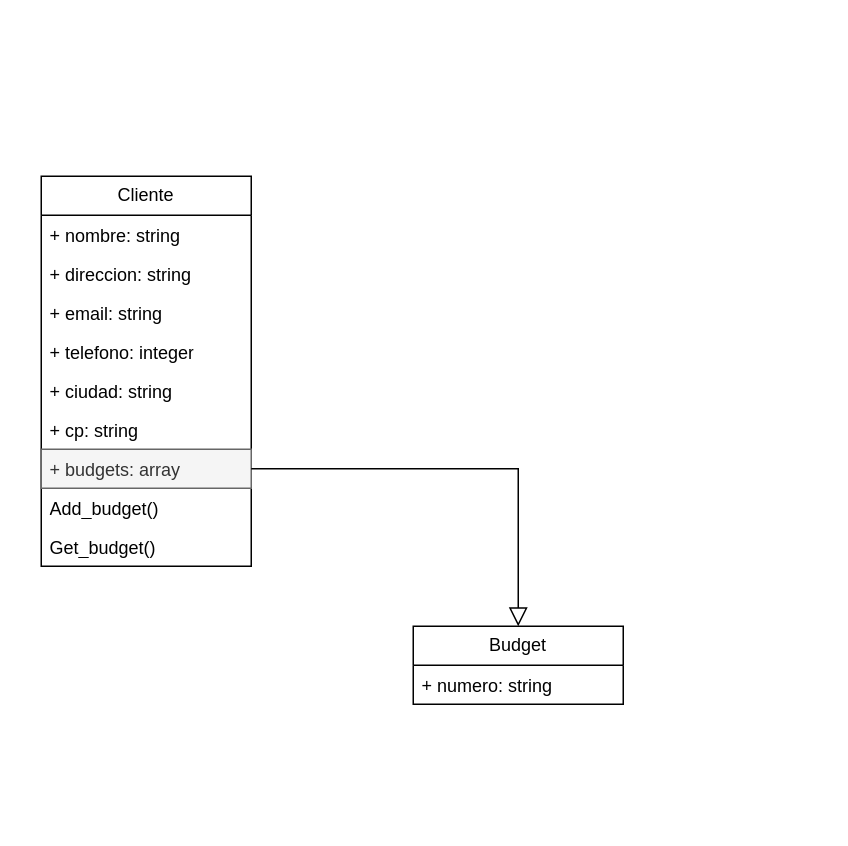
Before: diagrams/Class_diagram.drawio in davidcastagnetoa/ReformBudget, a draw.io diagram. Source tidied: cells renumbered, new cells numbered last; positions are measured from the earlier drawing's top-left corner, leaving out a move shared by most shapes. Both pictures are drawn from the tidied source at 150%, with x=0, y=0 at pixel (40, 176).
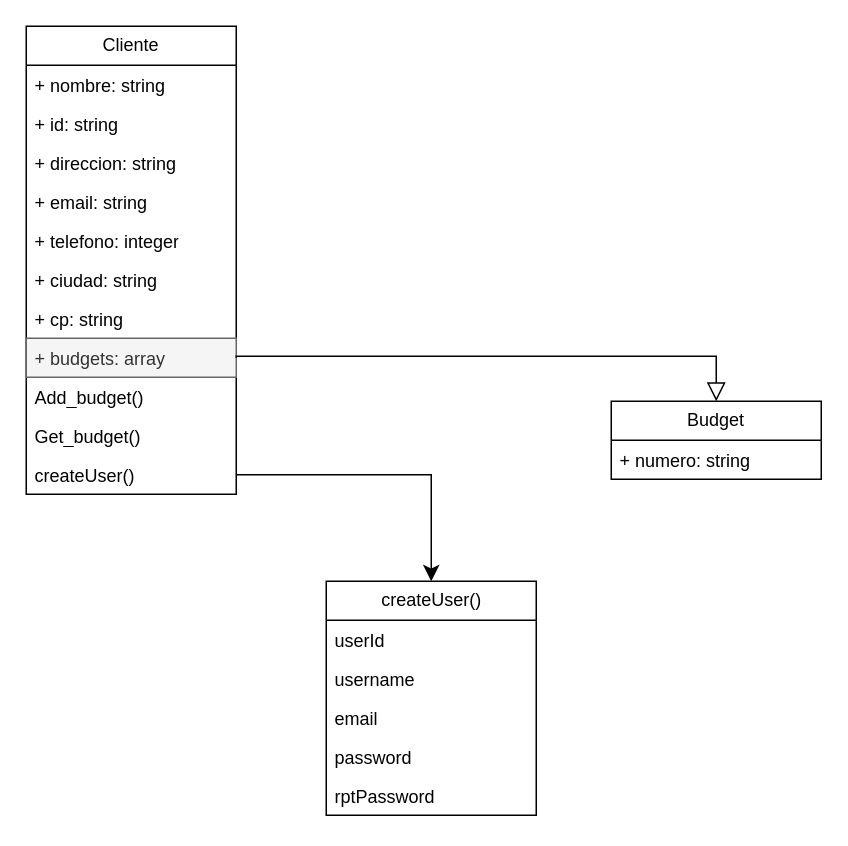
Above is the later version.

Diff of the diagram source:
```diff
@@
     <mxCell id="2" value="Cliente" style="swimlane;fontStyle=0;horizontal=1;startSize=26;fillColor=none;whiteSpace=wrap;html=1;" parent="1" vertex="1">
-      <mxGeometry width="140" height="260" as="geometry" />
+      <mxGeometry x="-10" y="-100" width="140" height="312" as="geometry" />
     </mxCell>
@@
+    <mxCell id="15" value="+ id: string" style="text;strokeColor=none;fillColor=none;align=left;verticalAlign=top;spacingLeft=4;spacingRight=4;overflow=hidden;whiteSpace=wrap;html=1;" parent="2" vertex="1">
+      <mxGeometry y="52" width="140" height="26" as="geometry" />
+    </mxCell>
     <mxCell id="4" value="+ direccion: string" style="text;strokeColor=none;fillColor=none;align=left;verticalAlign=top;spacingLeft=4;spacingRight=4;overflow=hidden;whiteSpace=wrap;html=1;" parent="2" vertex="1">
-      <mxGeometry y="52" width="140" height="26" as="geometry" />
+      <mxGeometry y="78" width="140" height="26" as="geometry" />
     </mxCell>
     <mxCell id="5" value="+ email: string" style="text;strokeColor=none;fillColor=none;align=left;verticalAlign=top;spacingLeft=4;spacingRight=4;overflow=hidden;whiteSpace=wrap;html=1;" parent="2" vertex="1">
-      <mxGeometry y="78" width="140" height="26" as="geometry" />
+      <mxGeometry y="104" width="140" height="26" as="geometry" />
     </mxCell>
     <mxCell id="6" value="+ telefono: integer" style="text;strokeColor=none;fillColor=none;align=left;verticalAlign=top;spacingLeft=4;spacingRight=4;overflow=hidden;whiteSpace=wrap;html=1;" parent="2" vertex="1">
-      <mxGeometry y="104" width="140" height="26" as="geometry" />
+      <mxGeometry y="130" width="140" height="26" as="geometry" />
     </mxCell>
     <mxCell id="7" value="+ ciudad: string" style="text;strokeColor=none;fillColor=none;align=left;verticalAlign=top;spacingLeft=4;spacingRight=4;overflow=hidden;whiteSpace=wrap;html=1;" parent="2" vertex="1">
-      <mxGeometry y="130" width="140" height="26" as="geometry" />
+      <mxGeometry y="156" width="140" height="26" as="geometry" />
     </mxCell>
     <mxCell id="8" value="+ cp: string" style="text;strokeColor=none;fillColor=none;align=left;verticalAlign=top;spacingLeft=4;spacingRight=4;overflow=hidden;whiteSpace=wrap;html=1;" parent="2" vertex="1">
-      <mxGeometry y="156" width="140" height="26" as="geometry" />
+      <mxGeometry y="182" width="140" height="26" as="geometry" />
     </mxCell>
     <mxCell id="9" value="+ budgets: array" style="text;align=left;verticalAlign=top;spacingLeft=4;spacingRight=4;overflow=hidden;points=[[0,0.5],[1,0.5]];portConstraint=eastwest;whiteSpace=wrap;html=1;fillColor=#f5f5f5;strokeColor=#666666;fontColor=#333333;" parent="2" vertex="1">
-      <mxGeometry y="182" width="140" height="26" as="geometry" />
+      <mxGeometry y="208" width="140" height="26" as="geometry" />
     </mxCell>
     <mxCell id="10" value="Add_budget()" style="text;align=left;verticalAlign=top;spacingLeft=4;spacingRight=4;overflow=hidden;whiteSpace=wrap;html=1;" parent="2" vertex="1">
-      <mxGeometry y="208" width="140" height="26" as="geometry" />
+      <mxGeometry y="234" width="140" height="26" as="geometry" />
     </mxCell>
     <mxCell id="11" value="Get_budget()" style="text;align=left;verticalAlign=top;spacingLeft=4;spacingRight=4;overflow=hidden;whiteSpace=wrap;html=1;" parent="2" vertex="1">
-      <mxGeometry y="234" width="140" height="26" as="geometry" />
+      <mxGeometry y="260" width="140" height="26" as="geometry" />
     </mxCell>
+    <mxCell id="16" value="&lt;span style=&quot;text-align: center;&quot;&gt;createUser()&lt;/span&gt;" style="text;align=left;verticalAlign=top;spacingLeft=4;spacingRight=4;overflow=hidden;points=[[0,0.5],[1,0.5]];portConstraint=eastwest;whiteSpace=wrap;html=1;" parent="2" vertex="1">
+      <mxGeometry y="286" width="140" height="26" as="geometry" />
+    </mxCell>
     <mxCell id="12" value="Budget" style="swimlane;fontStyle=0;horizontal=1;startSize=26;fillColor=none;whiteSpace=wrap;html=1;" parent="1" vertex="1">
-      <mxGeometry x="248" y="300" width="140" height="52" as="geometry" />
+      <mxGeometry x="380" y="150" width="140" height="52" as="geometry" />
     </mxCell>
@@
     <mxCell id="14" style="endArrow=block;endSize=10;endFill=0;shadow=0;strokeWidth=1;rounded=0;edgeStyle=elbowEdgeStyle;elbow=vertical;exitX=1;exitY=0.5;exitDx=0;exitDy=0;entryX=0.5;entryY=0;entryDx=0;entryDy=0;" parent="1" edge="1" source="9" target="12">
       <mxGeometry relative="1" as="geometry">
         <Array as="points">
-          <mxPoint x="240" y="195" />
+          <mxPoint x="300" y="120" />
         </Array>
       </mxGeometry>
     </mxCell>
+    <mxCell id="17" value="createUser()" style="swimlane;fontStyle=0;horizontal=1;startSize=26;fillColor=none;html=1;" parent="1" vertex="1">
+      <mxGeometry x="190" y="270" width="140" height="156" as="geometry" />
+    </mxCell>
+    <mxCell id="18" value="userId" style="text;strokeColor=none;fillColor=none;align=left;verticalAlign=top;spacingLeft=4;spacingRight=4;overflow=hidden;whiteSpace=wrap;html=1;" parent="17" vertex="1">
+      <mxGeometry y="26" width="140" height="26" as="geometry" />
+    </mxCell>
+    <mxCell id="19" value="username" style="text;strokeColor=none;fillColor=none;align=left;verticalAlign=top;spacingLeft=4;spacingRight=4;overflow=hidden;whiteSpace=wrap;html=1;" parent="17" vertex="1">
+      <mxGeometry y="52" width="140" height="26" as="geometry" />
+    </mxCell>
+    <mxCell id="20" value="email" style="text;strokeColor=none;fillColor=none;align=left;verticalAlign=top;spacingLeft=4;spacingRight=4;overflow=hidden;whiteSpace=wrap;html=1;" parent="17" vertex="1">
+      <mxGeometry y="78" width="140" height="26" as="geometry" />
+    </mxCell>
+    <mxCell id="21" value="password" style="text;strokeColor=none;fillColor=none;align=left;verticalAlign=top;spacingLeft=4;spacingRight=4;overflow=hidden;whiteSpace=wrap;html=1;" parent="17" vertex="1">
+      <mxGeometry y="104" width="140" height="26" as="geometry" />
+    </mxCell>
+    <mxCell id="22" value="rptPassword" style="text;strokeColor=none;fillColor=none;align=left;verticalAlign=top;spacingLeft=4;spacingRight=4;overflow=hidden;whiteSpace=wrap;html=1;" parent="17" vertex="1">
+      <mxGeometry y="130" width="140" height="26" as="geometry" />
+    </mxCell>
+    <mxCell id="23" style="edgeStyle=segmentEdgeStyle;endArrow=classic;html=1;curved=0;rounded=0;endSize=8;startSize=8;exitX=1;exitY=0.5;exitDx=0;exitDy=0;entryX=0.5;entryY=0;entryDx=0;entryDy=0;" parent="1" edge="1" source="16" target="17">
+      <mxGeometry relative="1" as="geometry" />
+    </mxCell>
```
